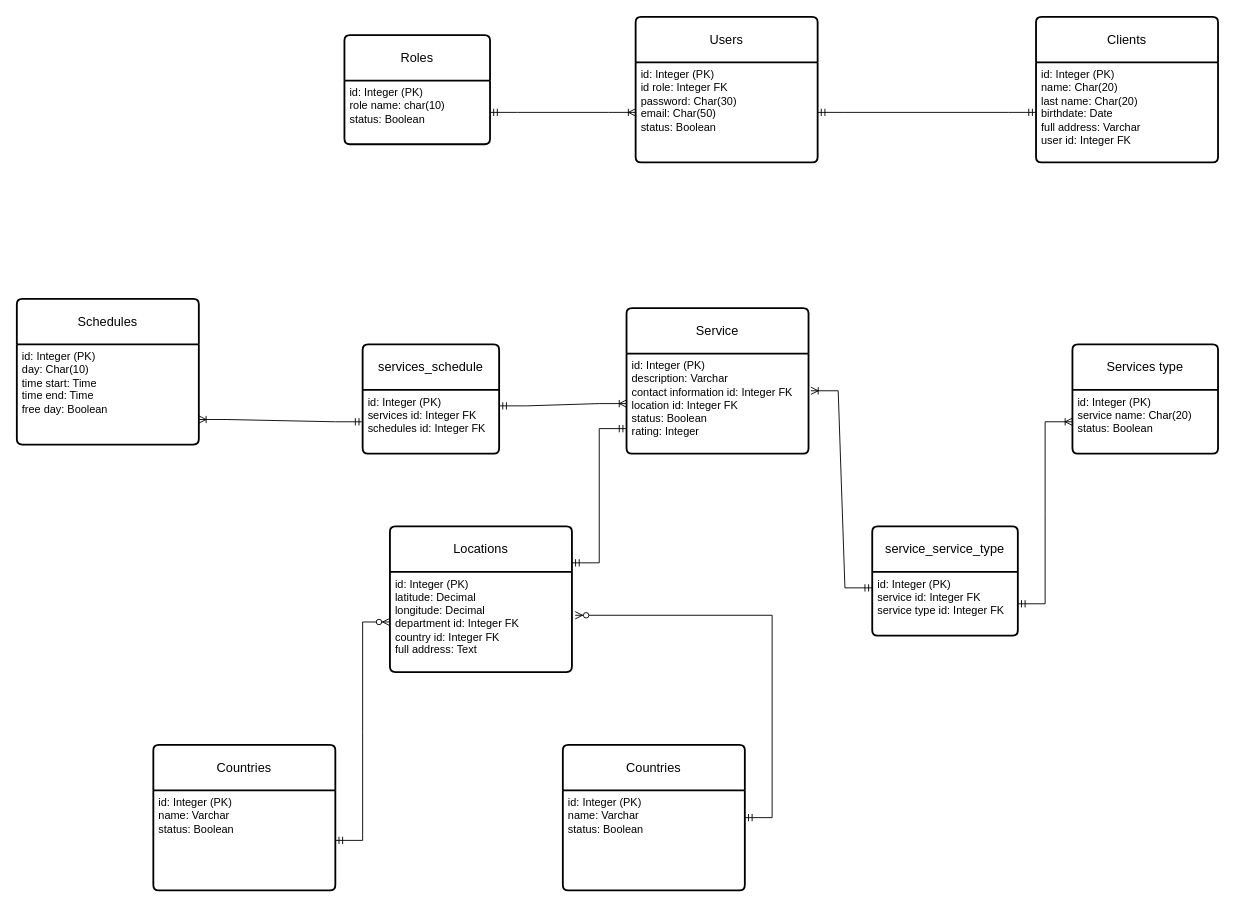
DrDaxter/diagrams keeps this draw.io diagram as caminoDiagrams/Diagrama fisico.drawio. Above is the earlier version. Source tidied: cells renumbered, new cells numbered last; positions are measured from the earlier drawing's top-left corner, leaving out a move shared by most shapes. Both pictures are drawn from the tidied source at 91%, with x=0, y=0 at pixel (16, 16).
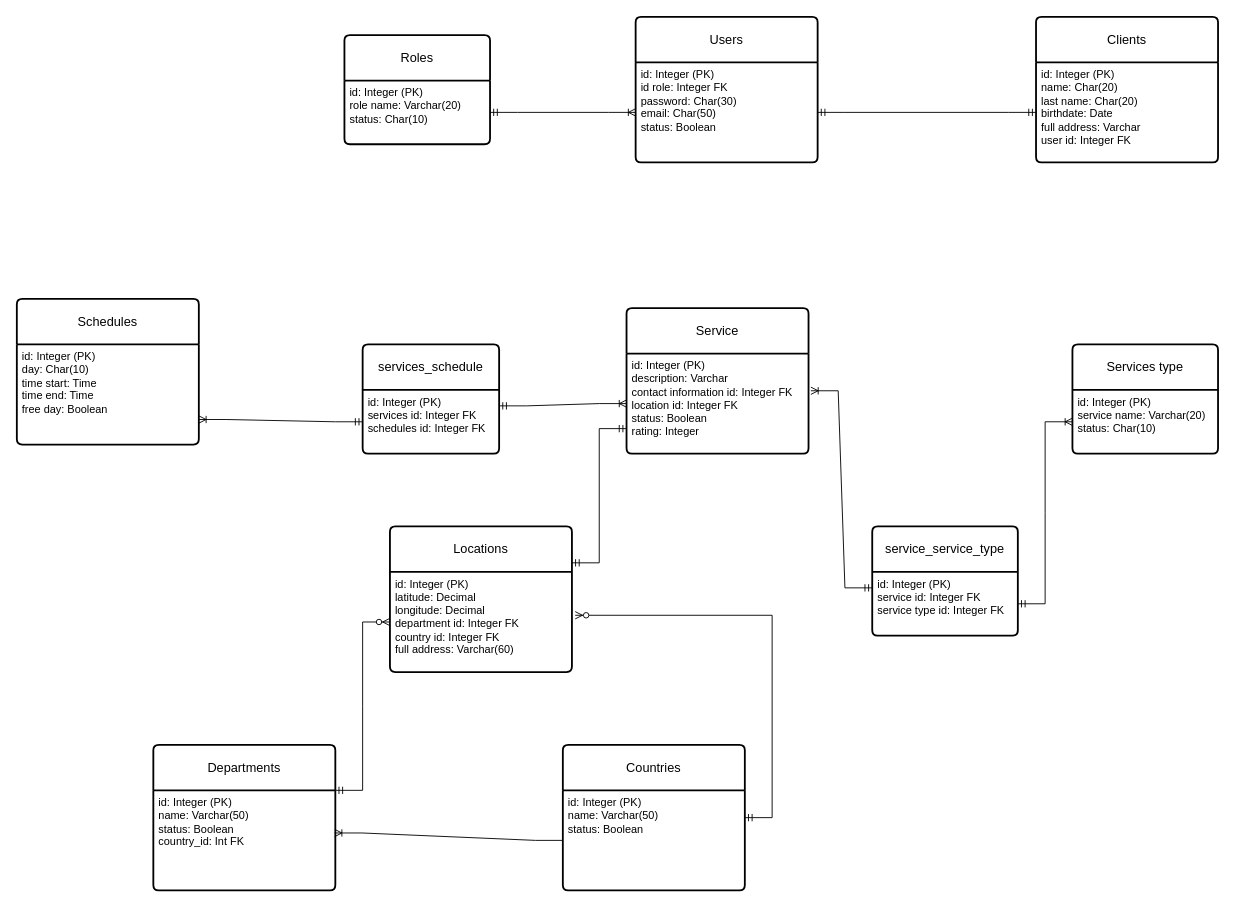
The same page after the edit.

Unchanged cells that the change refers to:
```xml
<mxCell id="10" value="Services type" style="swimlane;horizontal=1;startSize=50;rounded=1;fontSize=14;fontStyle=0;strokeWidth=2;shadow=0;dashed=0;align=center;arcSize=4;whiteSpace=wrap;html=1;" parent="1" vertex="1">
  <mxGeometry x="1160" y="360" width="160" height="120" as="geometry" />
</mxCell>
<mxCell id="16" value="Locations" style="swimlane;horizontal=1;startSize=50;rounded=1;fontSize=14;fontStyle=0;strokeWidth=2;shadow=0;dashed=0;align=center;arcSize=4;whiteSpace=wrap;html=1;" parent="1" vertex="1">
  <mxGeometry x="410" y="560" width="200" height="160" as="geometry" />
</mxCell>
<mxCell id="22" value="Countries" style="swimlane;horizontal=1;startSize=50;rounded=1;fontSize=14;fontStyle=0;strokeWidth=2;shadow=0;dashed=0;align=center;arcSize=4;whiteSpace=wrap;html=1;" parent="1" vertex="1">
  <mxGeometry x="600" y="800" width="200" height="160" as="geometry" />
</mxCell>
<mxCell id="30" value="Roles" style="swimlane;horizontal=1;startSize=50;rounded=1;fontSize=14;fontStyle=0;strokeWidth=2;shadow=0;dashed=0;align=center;arcSize=4;whiteSpace=wrap;html=1;" parent="1" vertex="1">
  <mxGeometry x="360" y="20" width="160" height="120" as="geometry" />
</mxCell>
```

The edit, as a diff of the source:
```diff
@@
-    <mxCell id="11" value="id: Integer (PK)&lt;br&gt;service name: Char(20)&lt;br&gt;status: Boolean" style="align=left;strokeColor=none;fillColor=none;spacingLeft=4;fontSize=12;verticalAlign=top;html=1;" parent="10" vertex="1">
+    <mxCell id="11" value="id: Integer (PK)&lt;br&gt;service name: Varchar(20)&lt;br&gt;status: Char(10)" style="align=left;strokeColor=none;fillColor=none;spacingLeft=4;fontSize=12;verticalAlign=top;html=1;" parent="10" vertex="1">
       <mxGeometry y="50" width="160" height="70" as="geometry" />
     </mxCell>
@@
-    <mxCell id="17" value="id: Integer (PK)&lt;br&gt;latitude: Decimal&lt;br&gt;longitude: Decimal&lt;br&gt;department id: Integer FK&lt;br&gt;country id: Integer FK&lt;br&gt;full address: Text" style="align=left;strokeColor=none;fillColor=none;spacingLeft=4;fontSize=12;verticalAlign=top;html=1;" parent="16" vertex="1">
+    <mxCell id="17" value="id: Integer (PK)&lt;br&gt;latitude: Decimal&lt;br&gt;longitude: Decimal&lt;br&gt;department id: Integer FK&lt;br&gt;country id: Integer FK&lt;br&gt;full address: Varchar(60)" style="align=left;strokeColor=none;fillColor=none;spacingLeft=4;fontSize=12;verticalAlign=top;html=1;" parent="16" vertex="1">
       <mxGeometry y="50" width="200" height="110" as="geometry" />
     </mxCell>
@@
-    <mxCell id="19" value="Countries" style="swimlane;horizontal=1;startSize=50;rounded=1;fontSize=14;fontStyle=0;strokeWidth=2;shadow=0;dashed=0;align=center;arcSize=4;whiteSpace=wrap;html=1;" parent="1" vertex="1">
+    <mxCell id="19" value="Departments" style="swimlane;horizontal=1;startSize=50;rounded=1;fontSize=14;fontStyle=0;strokeWidth=2;shadow=0;dashed=0;align=center;arcSize=4;whiteSpace=wrap;html=1;" parent="1" vertex="1">
       <mxGeometry x="150" y="800" width="200" height="160" as="geometry" />
     </mxCell>
-    <mxCell id="20" value="id: Integer (PK)&lt;br&gt;name: Varchar&lt;br&gt;status: Boolean" style="align=left;strokeColor=none;fillColor=none;spacingLeft=4;fontSize=12;verticalAlign=top;html=1;" parent="19" vertex="1">
+    <mxCell id="20" value="id: Integer (PK)&lt;br&gt;name: Varchar(50)&lt;br&gt;status: Boolean&lt;br&gt;country_id: Int FK" style="align=left;strokeColor=none;fillColor=none;spacingLeft=4;fontSize=12;verticalAlign=top;html=1;" parent="19" vertex="1">
       <mxGeometry y="50" width="200" height="110" as="geometry" />
     </mxCell>
-    <mxCell id="21" style="edgeStyle=entityRelationEdgeStyle;fontSize=12;html=1;endArrow=ERzeroToMany;startArrow=ERmandOne;rounded=0;exitX=1;exitY=0.5;exitDx=0;exitDy=0;entryX=0;entryY=0.5;entryDx=0;entryDy=0;" parent="1" edge="1" source="20" target="17">
+    <mxCell id="21" style="edgeStyle=entityRelationEdgeStyle;fontSize=12;html=1;endArrow=ERzeroToMany;startArrow=ERmandOne;rounded=0;exitX=1;exitY=0;exitDx=0;exitDy=0;entryX=0;entryY=0.5;entryDx=0;entryDy=0;" parent="1" edge="1" source="20" target="17">
       <mxGeometry relative="1" as="geometry" />
     </mxCell>
@@
-    <mxCell id="23" value="id: Integer (PK)&lt;br&gt;name: Varchar&lt;br&gt;status: Boolean" style="align=left;strokeColor=none;fillColor=none;spacingLeft=4;fontSize=12;verticalAlign=top;html=1;" parent="22" vertex="1">
+    <mxCell id="23" value="id: Integer (PK)&lt;br&gt;name: Varchar(50)&lt;br&gt;status: Boolean" style="align=left;strokeColor=none;fillColor=none;spacingLeft=4;fontSize=12;verticalAlign=top;html=1;" parent="22" vertex="1">
       <mxGeometry y="50" width="200" height="110" as="geometry" />
     </mxCell>
@@
-    <mxCell id="31" value="id: Integer (PK)&lt;br&gt;role name: char(10)&lt;br&gt;status: Boolean" style="align=left;strokeColor=none;fillColor=none;spacingLeft=4;fontSize=12;verticalAlign=top;html=1;" parent="30" vertex="1">
+    <mxCell id="31" value="id: Integer (PK)&lt;br&gt;role name: Varchar(20)&lt;br&gt;status: Char(10)" style="align=left;strokeColor=none;fillColor=none;spacingLeft=4;fontSize=12;verticalAlign=top;html=1;" parent="30" vertex="1">
       <mxGeometry y="50" width="160" height="70" as="geometry" />
     </mxCell>
@@
+    <mxCell id="33" style="edgeStyle=entityRelationEdgeStyle;fontSize=12;html=1;endArrow=ERoneToMany;rounded=0;entryX=0.996;entryY=0.426;entryDx=0;entryDy=0;entryPerimeter=0;exitX=0;exitY=0.5;exitDx=0;exitDy=0;" parent="1" edge="1" source="23" target="20">
+      <mxGeometry relative="1" as="geometry">
+        <Array as="points">
+          <mxPoint x="440" y="860" />
+          <mxPoint x="420" y="840" />
+        </Array>
+      </mxGeometry>
+    </mxCell>
```
